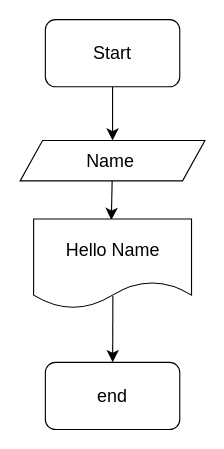
Above: Диаграмма без названия.drawio in Antonyo891/Lesson-1 (draw.io), before the change. Source tidied: cells renumbered, new cells numbered last; positions are measured from the earlier drawing's top-left corner, leaving out a move shared by most shapes. Both pictures are drawn from the tidied source at 112%, with x=0, y=0 at pixel (20, 19).
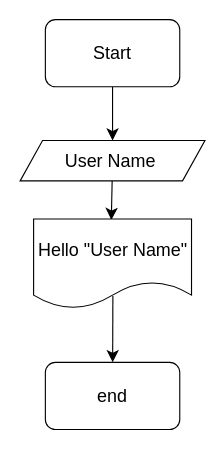
The same page after the edit.

Diff of the diagram source:
```diff
@@
 <mxGraphModel>
   <root>
     <mxCell id="0" />
     <mxCell id="1" parent="0" />
     <mxCell id="2" style="edgeStyle=none;curved=1;rounded=0;jettySize=auto;html=1;fontSize=12;startSize=8;endSize=8;" parent="1" edge="1" source="3" target="5">
       <mxGeometry relative="1" as="geometry" />
     </mxCell>
     <mxCell id="3" value="Start" style="rounded=1;whiteSpace=wrap;html=1;fontSize=16;" parent="1" vertex="1">
       <mxGeometry x="22" width="120" height="60" as="geometry" />
     </mxCell>
     <mxCell id="4" style="edgeStyle=none;curved=1;rounded=0;jettySize=auto;html=1;fontSize=12;startSize=8;endSize=8;" parent="1" edge="1" source="5">
       <mxGeometry relative="1" as="geometry">
         <mxPoint x="80.9" y="179" as="targetPoint" />
       </mxGeometry>
     </mxCell>
-    <mxCell id="5" value="Name&amp;nbsp;" style="shape=parallelogram;perimeter=parallelogramPerimeter;whiteSpace=wrap;html=1;fixedSize=1;fontSize=16;" parent="1" vertex="1">
+    <mxCell id="5" value="User Name&amp;nbsp;" style="shape=parallelogram;perimeter=parallelogramPerimeter;whiteSpace=wrap;html=1;fixedSize=1;fontSize=16;" parent="1" vertex="1">
       <mxGeometry x="-0.5" y="108" width="165" height="36" as="geometry" />
     </mxCell>
     <mxCell id="6" value="end" style="rounded=1;whiteSpace=wrap;html=1;fontSize=16;" parent="1" vertex="1">
       <mxGeometry x="22" y="306" width="120" height="60" as="geometry" />
     </mxCell>
     <mxCell id="7" style="edgeStyle=none;curved=1;rounded=0;jettySize=auto;html=1;fontSize=12;startSize=8;endSize=8;exitX=0.502;exitY=0.86;exitDx=0;exitDy=0;exitPerimeter=0;" parent="1" edge="1" source="8" target="6">
       <mxGeometry relative="1" as="geometry" />
     </mxCell>
-    <mxCell id="8" value="Hello Name" style="shape=document;whiteSpace=wrap;html=1;boundedLbl=1;fontSize=16;" parent="1" vertex="1">
+    <mxCell id="8" value="Hello &quot;User Name&quot;" style="shape=document;whiteSpace=wrap;html=1;boundedLbl=1;fontSize=16;" parent="1" vertex="1">
       <mxGeometry x="11.5" y="178" width="141" height="80" as="geometry" />
     </mxCell>
   </root>
 </mxGraphModel>
```
